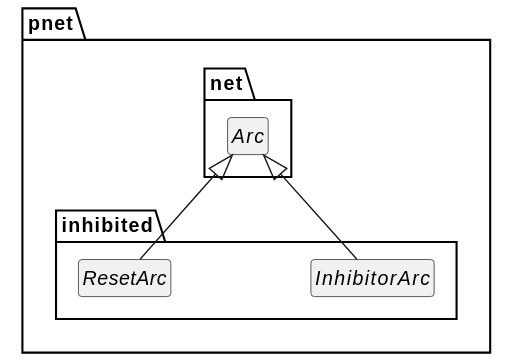
Before: doc/ptnet-model-inhibited.svg, a diagram exported from PlantUML (johnstonskj/rust-ptnets).
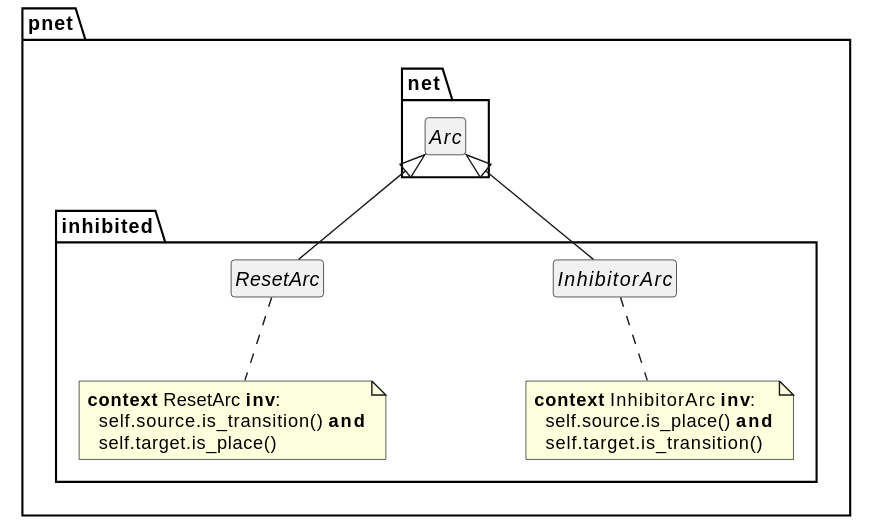
After the commit.

Change to the diagram source:
```diff
@@ -13,8 +13,19 @@
     package inhibited {
         interface InhibitorArc {}
         InhibitorArc -up-|> Arc
+        note bottom of InhibitorArc
+        **context** InhibitorArc **inv**:
+          self.source.is_place() **and**
+          self.target.is_transition()
+        end note
+
         interface ResetArc {}
         ResetArc -up-|> Arc
+        note bottom of ResetArc
+        **context** ResetArc **inv**:
+          self.source.is_transition() **and**
+          self.target.is_place()
+        end note
     }
 }
 @enduml
```
